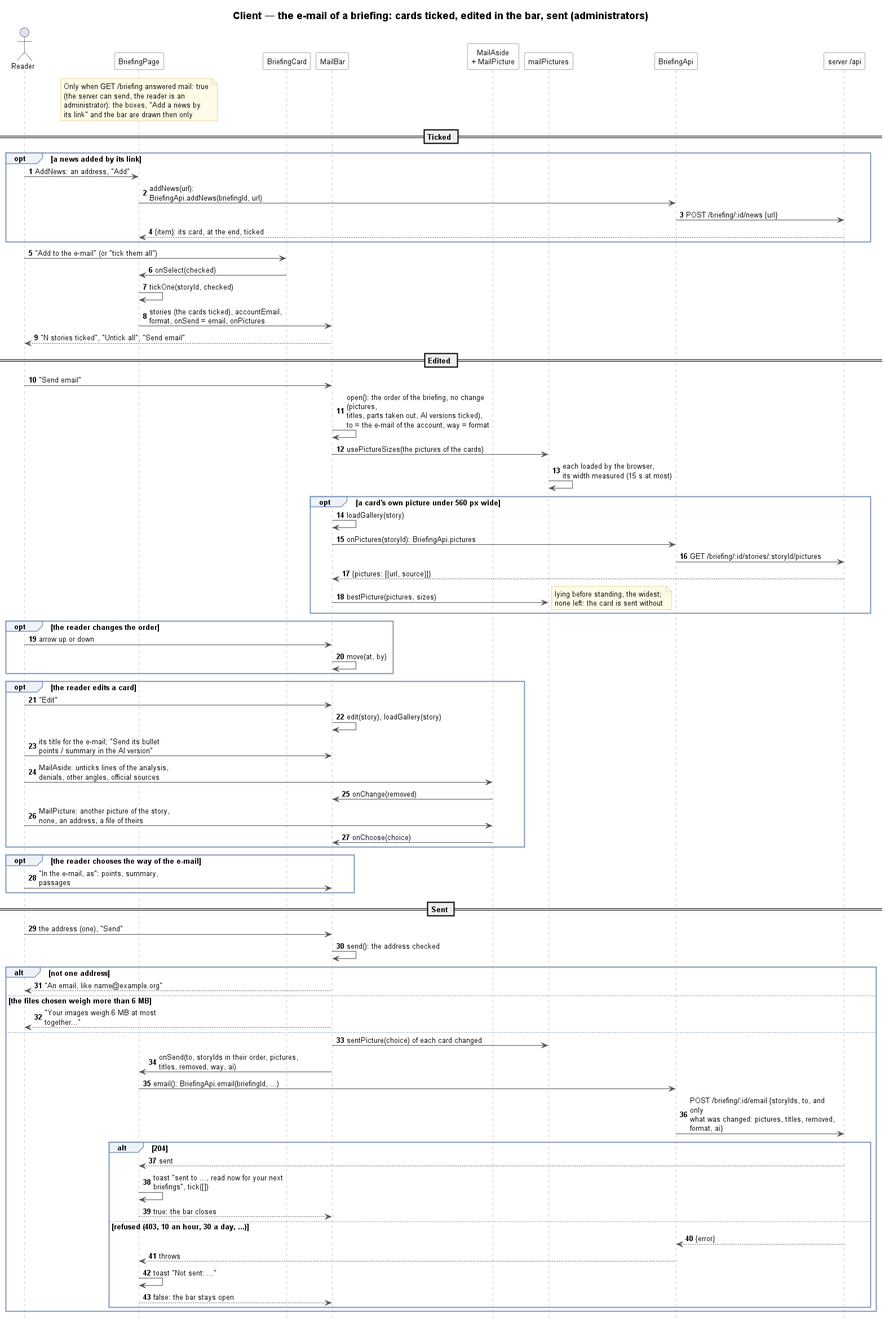
This is docs/briefing/email/client-21-email-sequence.png from TPI2026-NewsGenerator/NewsGenerator-Frontend, a PlantUML export, as it was before one commit.
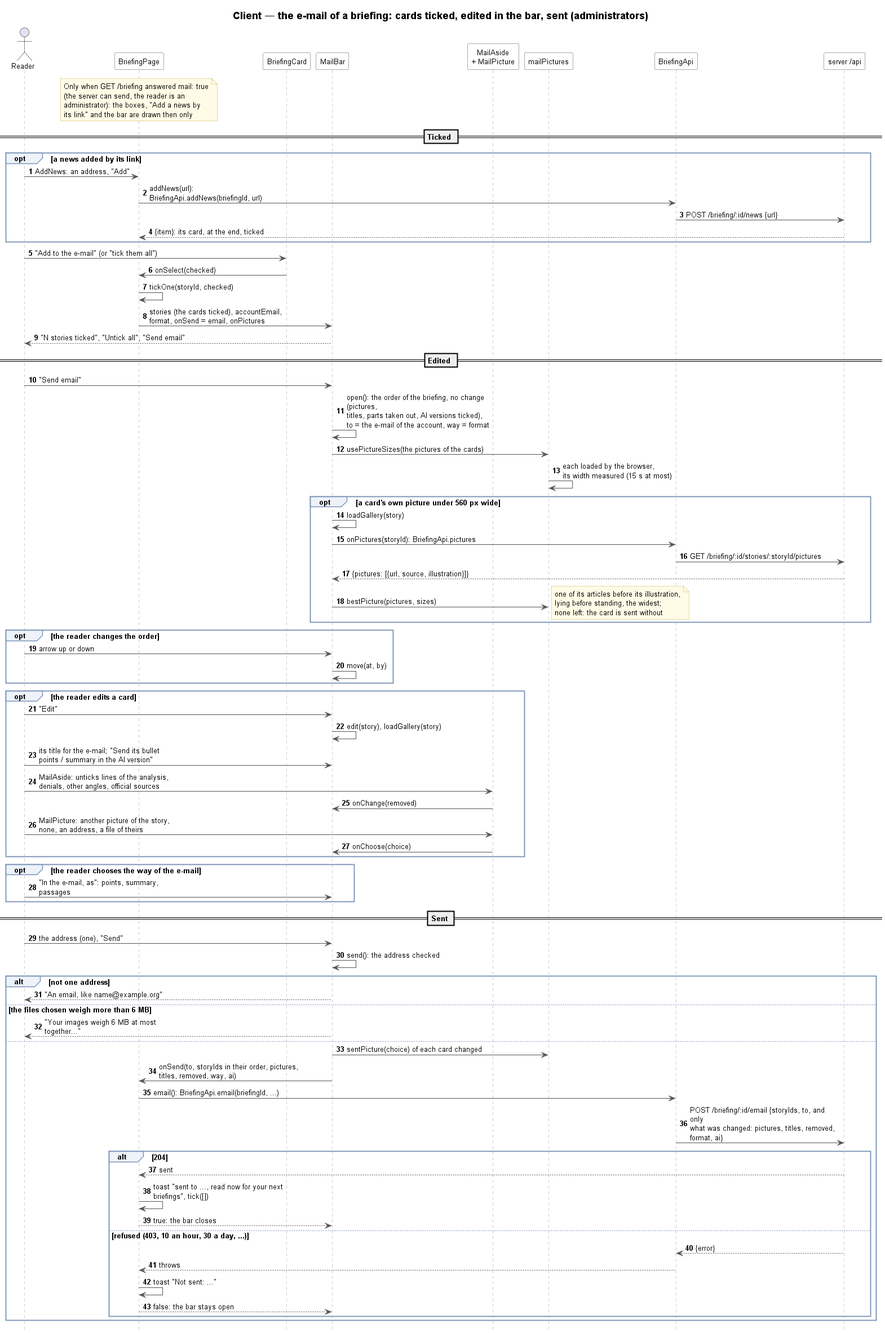
After the change.

Commit message:
Docs: the e-mail takes an illustration after the pictures of the articles

Change to the diagram source:
```diff
@@ -40,9 +40,9 @@
     Bar -> Bar : loadGallery(story)
     Bar -> Api : onPictures(storyId): BriefingApi.pictures
     Api -> Server : GET /briefing/:id/stories/:storyId/pictures
-    Server --> Bar : {pictures: [{url, source}]}
+    Server --> Bar : {pictures: [{url, source, illustration}]}
     Bar -> Pictures : bestPicture(pictures, sizes)
-    note right : lying before standing, the widest;\nnone left: the card is sent without
+    note right : one of its articles before its illustration,\nlying before standing, the widest;\nnone left: the card is sent without
 end
 opt the reader changes the order
     Reader -> Bar : arrow up or down
```
